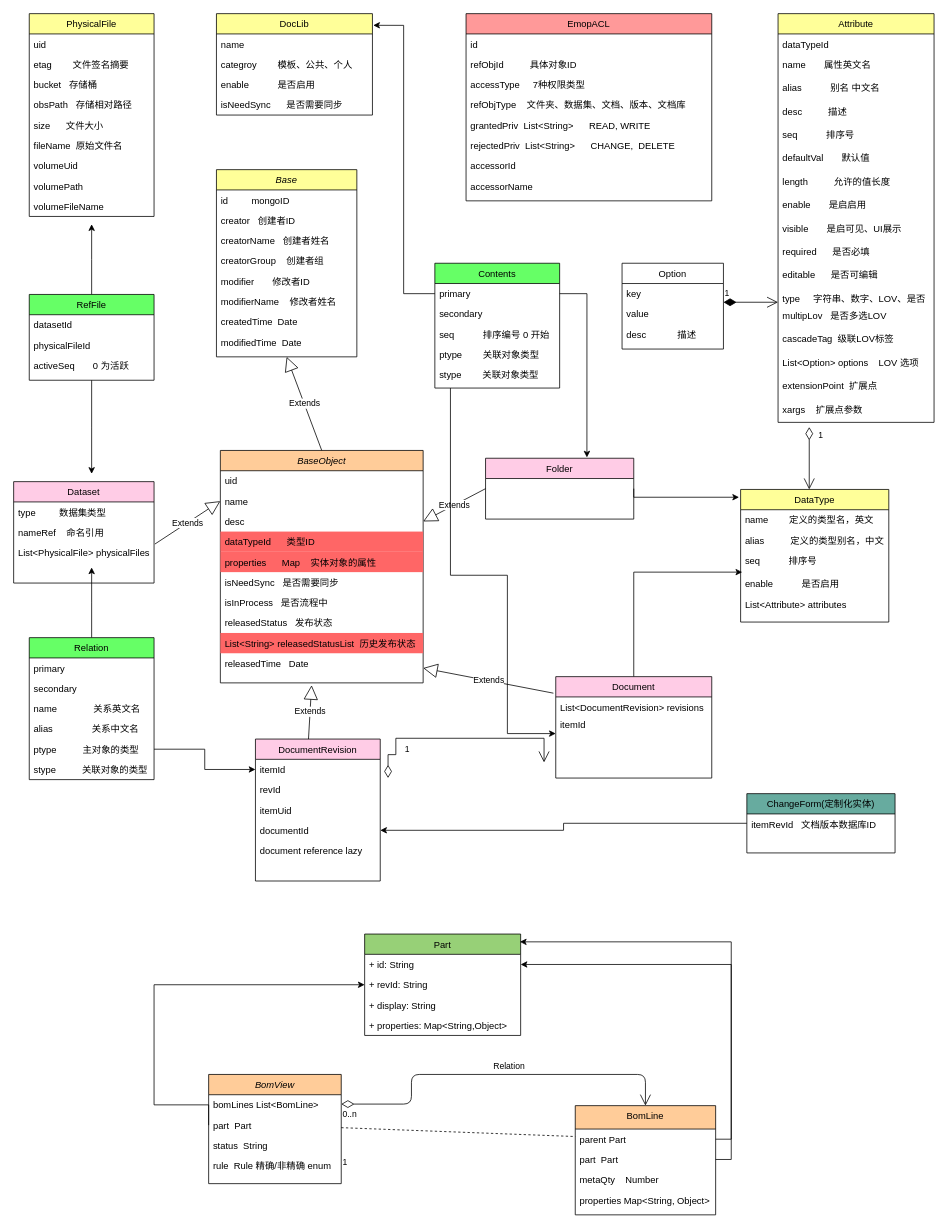
The draw.io diagram design collaboration.drawio in lvmq/emop, before the edit. Source tidied: cells renumbered, new cells numbered last; positions are measured from the earlier drawing's top-left corner, leaving out a move shared by most shapes. Both pictures are drawn from the tidied source at 78%, with x=0, y=0 at pixel (13, 13).
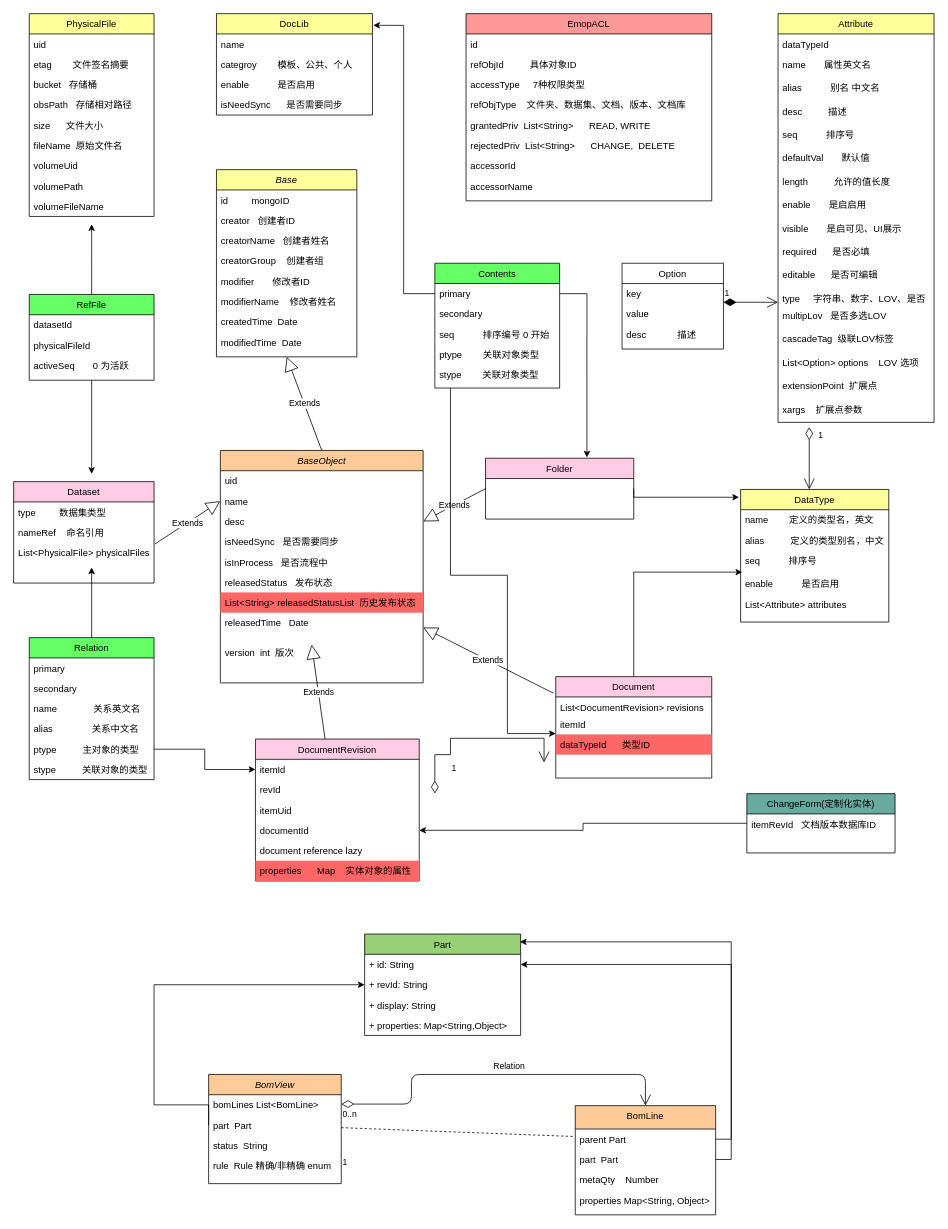
The same diagram, later.

The change refers to these unchanged cells:
```xml
<mxCell id="2" value="BaseObject&#10;" style="swimlane;fontStyle=2;align=center;verticalAlign=top;horizontal=1;startSize=26;rounded=0;shadow=0;strokeWidth=1;fillColor=#FFCC99;" parent="1" vertex="1">
  <mxGeometry x="265" y="560" width="260" height="298" as="geometry" />
</mxCell>
<mxCell id="19" value="Document" style="swimlane;fontStyle=0;align=center;verticalAlign=top;horizontal=1;startSize=26;rounded=0;shadow=0;strokeWidth=1;fillColor=#FFCCE6;" parent="1" vertex="1">
  <mxGeometry x="695" y="850" width="200" height="130" as="geometry" />
</mxCell>
```

Diff of the diagram source:
```diff
@@
-    <mxCell id="6" value="dataTypeId      类型ID" style="text;align=left;verticalAlign=top;spacingLeft=4;spacingRight=4;overflow=hidden;fillColor=#FF6666;" parent="2" vertex="1">
-      <mxGeometry y="104" width="260" height="26" as="geometry" />
-    </mxCell>
-    <mxCell id="7" value="properties      Map    实体对象的属性" style="text;align=left;verticalAlign=top;spacingLeft=4;spacingRight=4;overflow=hidden;fillColor=#FF6666;" parent="2" vertex="1">
-      <mxGeometry y="130" width="260" height="26" as="geometry" />
-    </mxCell>
     <mxCell id="8" value="isNeedSync   是否需要同步" style="text;align=left;verticalAlign=top;spacingLeft=4;spacingRight=4;overflow=hidden;" parent="2" vertex="1">
-      <mxGeometry y="156" width="260" height="26" as="geometry" />
+      <mxGeometry y="104" width="260" height="26" as="geometry" />
     </mxCell>
     <mxCell id="9" value="isInProcess   是否流程中" style="text;align=left;verticalAlign=top;spacingLeft=4;spacingRight=4;overflow=hidden;" parent="2" vertex="1">
-      <mxGeometry y="182" width="260" height="26" as="geometry" />
+      <mxGeometry y="130" width="260" height="26" as="geometry" />
     </mxCell>
     <mxCell id="10" value="releasedStatus   发布状态" style="text;align=left;verticalAlign=top;spacingLeft=4;spacingRight=4;overflow=hidden;rounded=0;shadow=0;html=0;" parent="2" vertex="1">
-      <mxGeometry y="208" width="260" height="26" as="geometry" />
+      <mxGeometry y="156" width="260" height="26" as="geometry" />
     </mxCell>
     <mxCell id="11" value="List&lt;String&gt; releasedStatusList  历史发布状态" style="text;align=left;verticalAlign=top;spacingLeft=4;spacingRight=4;overflow=hidden;rounded=0;shadow=0;html=0;fillColor=#FF6666;" parent="2" vertex="1">
-      <mxGeometry y="234" width="260" height="26" as="geometry" />
+      <mxGeometry y="182" width="260" height="26" as="geometry" />
     </mxCell>
     <mxCell id="12" value="releasedTime   Date" style="text;align=left;verticalAlign=top;spacingLeft=4;spacingRight=4;overflow=hidden;points=[[0,0.5],[1,0.5]];portConstraint=eastwest;rounded=0;shadow=0;html=0;" parent="2" vertex="1">
-      <mxGeometry y="260" width="260" height="38" as="geometry" />
+      <mxGeometry y="208" width="260" height="38" as="geometry" />
     </mxCell>
+    <mxCell id="147" value="version  int  版次" style="text;align=left;verticalAlign=top;spacingLeft=4;spacingRight=4;overflow=hidden;rounded=0;shadow=0;html=0;" parent="2" vertex="1">
+      <mxGeometry y="246" width="260" height="38" as="geometry" />
+    </mxCell>
@@
+    <mxCell id="6" value="dataTypeId      类型ID" style="text;align=left;verticalAlign=top;spacingLeft=4;spacingRight=4;overflow=hidden;fillColor=#FF6666;" parent="19" vertex="1">
+      <mxGeometry y="74" width="200" height="26" as="geometry" />
+    </mxCell>
     <mxCell id="22" value="DocumentRevision" style="swimlane;fontStyle=0;align=center;verticalAlign=top;horizontal=1;startSize=26;rounded=0;shadow=0;strokeWidth=1;fillColor=#FFCCE6;" parent="1" vertex="1">
-      <mxGeometry x="310" y="930" width="160" height="182" as="geometry" />
+      <mxGeometry x="310" y="930" width="210" height="182" as="geometry" />
     </mxCell>
     <mxCell id="23" value="itemId" style="text;align=left;verticalAlign=top;spacingLeft=4;spacingRight=4;overflow=hidden;points=[[0,0.5],[1,0.5]];portConstraint=eastwest;" parent="22" vertex="1">
-      <mxGeometry y="26" width="160" height="26" as="geometry" />
+      <mxGeometry y="26" width="210" height="26" as="geometry" />
     </mxCell>
     <mxCell id="24" value="revId" style="text;align=left;verticalAlign=top;spacingLeft=4;spacingRight=4;overflow=hidden;" parent="22" vertex="1">
-      <mxGeometry y="52" width="160" height="26" as="geometry" />
+      <mxGeometry y="52" width="210" height="26" as="geometry" />
     </mxCell>
     <mxCell id="25" value="itemUid" style="text;align=left;verticalAlign=top;spacingLeft=4;spacingRight=4;overflow=hidden;" parent="22" vertex="1">
-      <mxGeometry y="78" width="160" height="26" as="geometry" />
+      <mxGeometry y="78" width="210" height="26" as="geometry" />
     </mxCell>
     <mxCell id="26" value="documentId" style="text;align=left;verticalAlign=top;spacingLeft=4;spacingRight=4;overflow=hidden;points=[[0,0.5],[1,0.5]];portConstraint=eastwest;" parent="22" vertex="1">
-      <mxGeometry y="104" width="160" height="26" as="geometry" />
+      <mxGeometry y="104" width="210" height="26" as="geometry" />
     </mxCell>
     <mxCell id="27" value="document reference lazy     " style="text;align=left;verticalAlign=top;spacingLeft=4;spacingRight=4;overflow=hidden;" parent="22" vertex="1">
-      <mxGeometry y="130" width="160" height="26" as="geometry" />
+      <mxGeometry y="130" width="210" height="26" as="geometry" />
     </mxCell>
+    <mxCell id="7" value="properties      Map    实体对象的属性" style="text;align=left;verticalAlign=top;spacingLeft=4;spacingRight=4;overflow=hidden;fillColor=#FF6666;" parent="22" vertex="1">
+      <mxGeometry y="156" width="210" height="26" as="geometry" />
+    </mxCell>
@@
     <mxCell id="80" value="1" style="endArrow=open;html=1;endSize=12;startArrow=diamondThin;startSize=14;startFill=0;edgeStyle=orthogonalEdgeStyle;align=left;verticalAlign=bottom;rounded=0;" parent="1" edge="1">
       <mxGeometry x="-0.8" y="-20" relative="1" as="geometry">
-        <mxPoint x="480" y="980" as="sourcePoint" />
+        <mxPoint x="540" y="1000" as="sourcePoint" />
         <mxPoint x="680" y="960" as="targetPoint" />
         <Array as="points">
-          <mxPoint x="490" y="950" />
-          <mxPoint x="490" y="929" />
+          <mxPoint x="540" y="950" />
+          <mxPoint x="560" y="950" />
+          <mxPoint x="560" y="929" />
+          <mxPoint x="680" y="929" />
         </Array>
       </mxGeometry>
     </mxCell>
```
